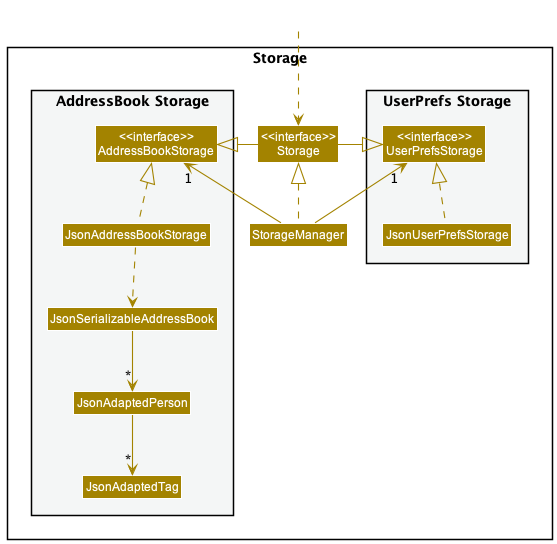
The PlantUML diagram docs/images/StorageClassDiagram.png in nus-cs2103-AY2223S1/tp, before a commit.
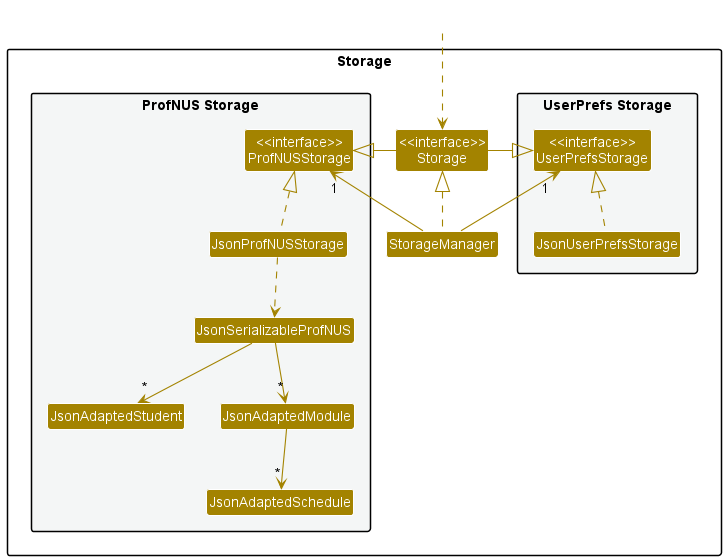
The same diagram one commit later.

Change to the diagram source:
```diff
@@ -14,12 +14,13 @@
 Class "<<interface>>\nStorage" as Storage
 Class StorageManager
 
-package "AddressBook Storage" #F4F6F6{
-Class "<<interface>>\nAddressBookStorage" as AddressBookStorage
-Class JsonAddressBookStorage
-Class JsonSerializableAddressBook
-Class JsonAdaptedPerson
-Class JsonAdaptedTag
+package "ProfNUS Storage" #F4F6F6{
+Class "<<interface>>\nProfNUSStorage" as ProfNUSStorage
+Class JsonProfNUSStorage
+Class JsonSerializableProfNUS
+Class JsonAdaptedStudent
+Class JsonAdaptedModule
+Class JsonAdaptedSchedule
 }
 
 }
@@ -29,15 +30,16 @@
 
 StorageManager .up.|> Storage
 StorageManager -up-> "1" UserPrefsStorage
-StorageManager -up-> "1" AddressBookStorage
+StorageManager -up-> "1" ProfNUSStorage
 
 Storage -left-|> UserPrefsStorage
-Storage -right-|> AddressBookStorage
+Storage -right-|> ProfNUSStorage
 
 JsonUserPrefsStorage .up.|> UserPrefsStorage
-JsonAddressBookStorage .up.|> AddressBookStorage
-JsonAddressBookStorage ..> JsonSerializableAddressBook
-JsonSerializableAddressBook --> "*" JsonAdaptedPerson
-JsonAdaptedPerson --> "*" JsonAdaptedTag
+JsonProfNUSStorage .up.|> ProfNUSStorage
+JsonProfNUSStorage ..> JsonSerializableProfNUS
+JsonSerializableProfNUS --> "*" JsonAdaptedStudent
+JsonSerializableProfNUS --> "*" JsonAdaptedModule
+JsonAdaptedModule --> "*" JsonAdaptedSchedule
 
 @enduml
```
